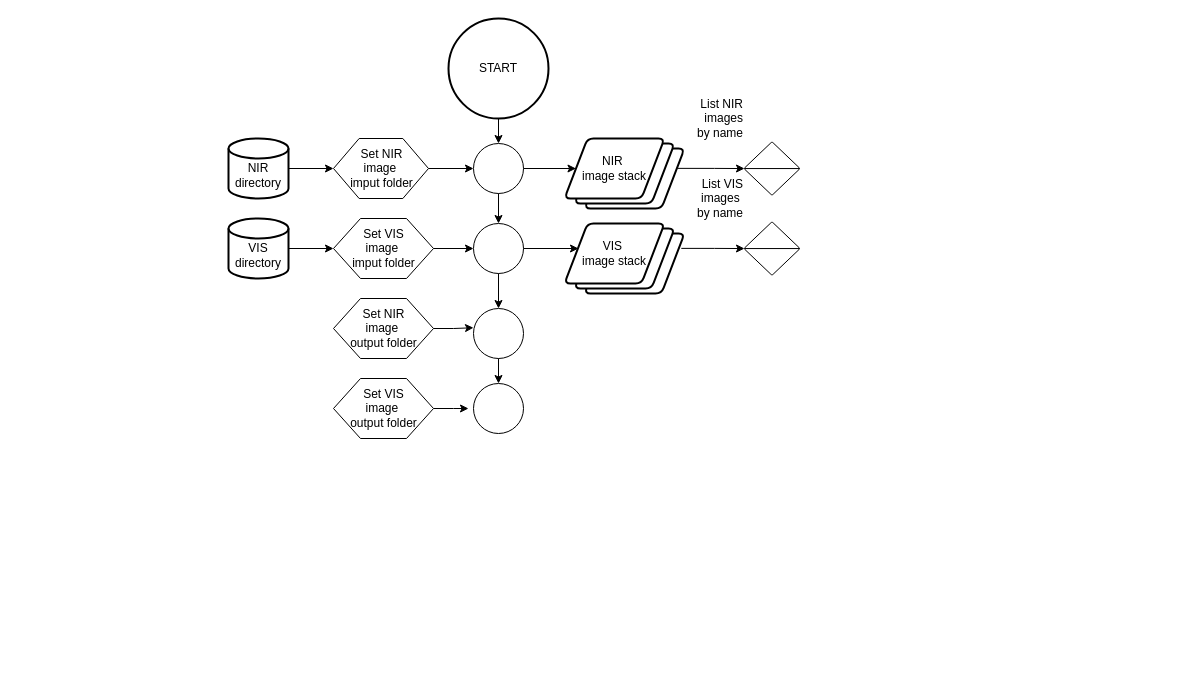
Above: vignettes/vignette_ImageJ_preprocessing/Alignment_Process_macro_diagram.drawio in MMolBus/PhotomossR (draw.io), before the change. Source tidied: cells renumbered, new cells numbered last; positions are measured from the earlier drawing's top-left corner, leaving out a move shared by most shapes. Both pictures are drawn from the tidied source at 100%, with x=0, y=0 at pixel (228, 18).
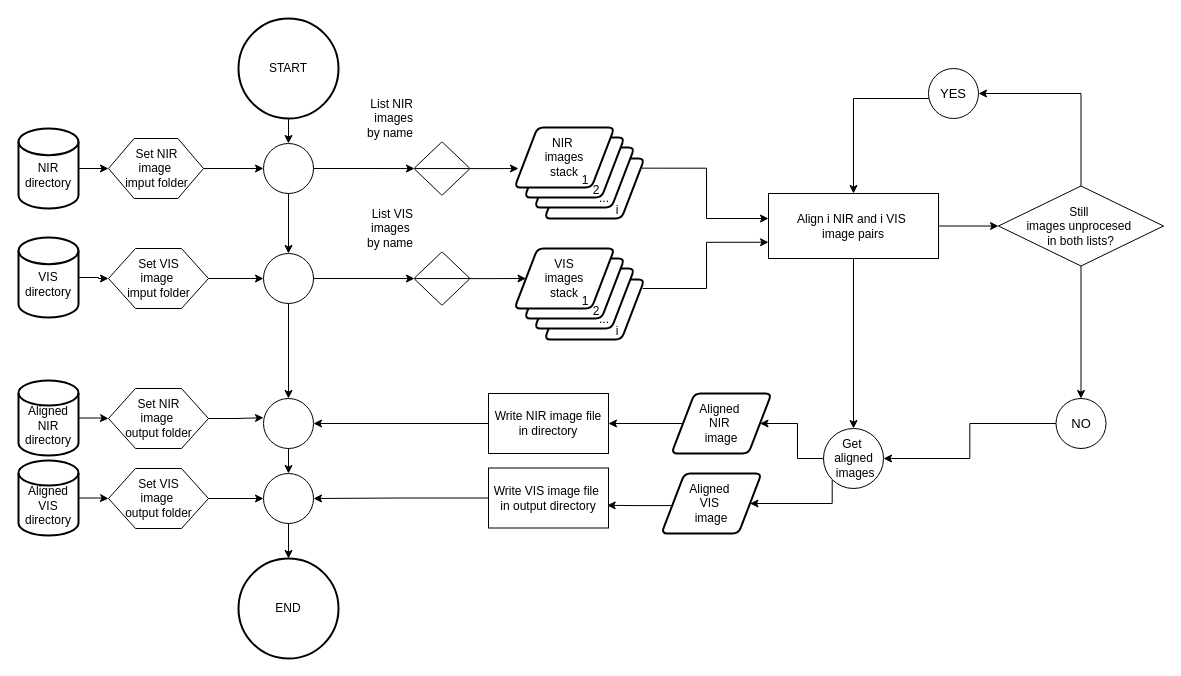
The same diagram, later.

Diff of the diagram source:
```diff
@@
     <mxCell id="3" value="&lt;div&gt;&lt;br&gt;&lt;/div&gt;&lt;div&gt;NIR&lt;/div&gt;&lt;div&gt;directory&lt;/div&gt;" style="strokeWidth=2;html=1;shape=mxgraph.flowchart.database;whiteSpace=wrap;" parent="1" vertex="1">
-      <mxGeometry y="120" width="60" height="60" as="geometry" />
+      <mxGeometry x="-210" y="110" width="60" height="80" as="geometry" />
     </mxCell>
@@
     <mxCell id="5" value="&lt;div&gt;&lt;br&gt;&lt;/div&gt;VIS&lt;div&gt;directory&lt;/div&gt;" style="strokeWidth=2;html=1;shape=mxgraph.flowchart.database;whiteSpace=wrap;" parent="1" vertex="1">
-      <mxGeometry y="200" width="60" height="60" as="geometry" />
+      <mxGeometry x="-210" y="219" width="60" height="80" as="geometry" />
     </mxCell>
     <mxCell id="6" value="Set NIR&lt;div&gt;image&amp;nbsp;&lt;/div&gt;&lt;div&gt;imput folder&lt;/div&gt;" style="verticalLabelPosition=middle;verticalAlign=middle;html=1;shape=hexagon;perimeter=hexagonPerimeter2;arcSize=6;size=0.27;labelPosition=center;align=center;" parent="1" vertex="1">
-      <mxGeometry x="105" y="120" width="95" height="60" as="geometry" />
+      <mxGeometry x="-120" y="120" width="95" height="60" as="geometry" />
     </mxCell>
     <mxCell id="7" value="START" style="strokeWidth=2;html=1;shape=mxgraph.flowchart.start_2;whiteSpace=wrap;" parent="1" vertex="1">
-      <mxGeometry x="220" width="100" height="100" as="geometry" />
+      <mxGeometry x="10" width="100" height="100" as="geometry" />
     </mxCell>
     <mxCell id="8" value="Set VIS&lt;div&gt;image&amp;nbsp;&lt;/div&gt;&lt;div&gt;imput folder&lt;/div&gt;" style="verticalLabelPosition=middle;verticalAlign=middle;html=1;shape=hexagon;perimeter=hexagonPerimeter2;arcSize=6;size=0.27;labelPosition=center;align=center;" parent="1" vertex="1">
-      <mxGeometry x="105" y="200" width="100" height="60" as="geometry" />
+      <mxGeometry x="-120" y="230" width="100" height="60" as="geometry" />
     </mxCell>
     <mxCell id="9" value="Set NIR&lt;div&gt;image&amp;nbsp;&lt;/div&gt;&lt;div&gt;output folder&lt;/div&gt;" style="verticalLabelPosition=middle;verticalAlign=middle;html=1;shape=hexagon;perimeter=hexagonPerimeter2;arcSize=6;size=0.27;labelPosition=center;align=center;" parent="1" vertex="1">
-      <mxGeometry x="105" y="280" width="100" height="60" as="geometry" />
+      <mxGeometry x="-120" y="370" width="100" height="60" as="geometry" />
     </mxCell>
-    <mxCell id="10" style="edgeStyle=orthogonalEdgeStyle;rounded=0;jettySize=auto;html=1;" parent="1" edge="1" source="11">
-      <mxGeometry relative="1" as="geometry">
-        <mxPoint x="240" y="390" as="targetPoint" />
-      </mxGeometry>
+    <mxCell id="10" style="edgeStyle=orthogonalEdgeStyle;rounded=0;jettySize=auto;html=1;entryX=0;entryY=0.5;entryDx=0;entryDy=0;entryPerimeter=0;" parent="1" edge="1" source="11" target="15">
+      <mxGeometry relative="1" as="geometry" />
     </mxCell>
     <mxCell id="11" value="Set VIS&lt;div&gt;image&amp;nbsp;&lt;/div&gt;&lt;div&gt;output folder&lt;/div&gt;" style="verticalLabelPosition=middle;verticalAlign=middle;html=1;shape=hexagon;perimeter=hexagonPerimeter2;arcSize=6;size=0.27;labelPosition=center;align=center;" parent="1" vertex="1">
-      <mxGeometry x="105" y="360" width="100" height="60" as="geometry" />
+      <mxGeometry x="-120" y="450" width="100" height="60" as="geometry" />
     </mxCell>
-    <mxCell id="12" style="verticalLabelPosition=bottom;verticalAlign=top;html=1;shape=mxgraph.flowchart.on-page_reference;" parent="1" vertex="1">
-      <mxGeometry x="245" y="125" width="50" height="50" as="geometry" />
+    <mxCell id="12" style="verticalLabelPosition=middle;verticalAlign=middle;html=1;shape=mxgraph.flowchart.on-page_reference;labelPosition=center;align=center;" parent="1" vertex="1">
+      <mxGeometry x="35" y="125" width="50" height="50" as="geometry" />
     </mxCell>
     <mxCell id="13" style="verticalLabelPosition=bottom;verticalAlign=top;html=1;shape=mxgraph.flowchart.on-page_reference;" parent="1" vertex="1">
-      <mxGeometry x="245" y="205" width="50" height="50" as="geometry" />
+      <mxGeometry x="35" y="235" width="50" height="50" as="geometry" />
     </mxCell>
     <mxCell id="14" style="verticalLabelPosition=bottom;verticalAlign=top;html=1;shape=mxgraph.flowchart.on-page_reference;" parent="1" vertex="1">
-      <mxGeometry x="245" y="290" width="50" height="50" as="geometry" />
+      <mxGeometry x="35" y="380" width="50" height="50" as="geometry" />
     </mxCell>
     <mxCell id="15" style="verticalLabelPosition=bottom;verticalAlign=top;html=1;shape=mxgraph.flowchart.on-page_reference;" parent="1" vertex="1">
-      <mxGeometry x="245" y="365" width="50" height="50" as="geometry" />
+      <mxGeometry x="35" y="455" width="50" height="50" as="geometry" />
     </mxCell>
@@
-    <mxCell id="23" style="group;" parent="1" vertex="1">
-      <mxGeometry x="336" y="120" width="120" height="70" as="geometry" />
-    </mxCell>
-    <mxCell id="24" style="shape=parallelogram;html=1;strokeWidth=2;perimeter=parallelogramPerimeter;whiteSpace=wrap;rounded=1;arcSize=12;size=0.23;" parent="23" vertex="1">
-      <mxGeometry x="20" y="10" width="100" height="60" as="geometry" />
-    </mxCell>
-    <mxCell id="25" style="shape=parallelogram;html=1;strokeWidth=2;perimeter=parallelogramPerimeter;whiteSpace=wrap;rounded=1;arcSize=12;size=0.23;" parent="23" vertex="1">
-      <mxGeometry x="10" y="5" width="100" height="60" as="geometry" />
-    </mxCell>
-    <mxCell id="26" value="NIR&amp;nbsp;&lt;div&gt;image stack&lt;/div&gt;" style="shape=parallelogram;html=1;strokeWidth=2;perimeter=parallelogramPerimeter;whiteSpace=wrap;rounded=1;arcSize=12;size=0.23;" parent="23" vertex="1">
-      <mxGeometry width="100" height="60" as="geometry" />
-    </mxCell>
-    <mxCell id="27" style="group;" parent="1" vertex="1">
-      <mxGeometry x="336" y="205" width="120" height="70" as="geometry" />
-    </mxCell>
-    <mxCell id="28" style="shape=parallelogram;html=1;strokeWidth=2;perimeter=parallelogramPerimeter;whiteSpace=wrap;rounded=1;arcSize=12;size=0.23;" parent="27" vertex="1">
-      <mxGeometry x="20" y="10" width="100" height="60" as="geometry" />
-    </mxCell>
-    <mxCell id="29" style="shape=parallelogram;html=1;strokeWidth=2;perimeter=parallelogramPerimeter;whiteSpace=wrap;rounded=1;arcSize=12;size=0.23;" parent="27" vertex="1">
-      <mxGeometry x="10" y="5" width="100" height="60" as="geometry" />
-    </mxCell>
-    <mxCell id="30" value="VIS&amp;nbsp;&lt;div&gt;image stack&lt;/div&gt;" style="shape=parallelogram;html=1;strokeWidth=2;perimeter=parallelogramPerimeter;whiteSpace=wrap;rounded=1;arcSize=12;size=0.23;" parent="27" vertex="1">
-      <mxGeometry width="100" height="60" as="geometry" />
-    </mxCell>
+    <mxCell id="37" style="edgeStyle=orthogonalEdgeStyle;rounded=0;jettySize=auto;html=1;" parent="1" edge="1" source="31">
+      <mxGeometry relative="1" as="geometry">
+        <mxPoint x="290" y="150" as="targetPoint" />
+      </mxGeometry>
+    </mxCell>
     <mxCell id="31" value="&lt;span style=&quot;background-color: rgb(255, 255, 255);&quot;&gt;List NIR&lt;/span&gt;&lt;div&gt;&lt;span style=&quot;background-color: transparent; color: light-dark(rgb(0, 0, 0), rgb(255, 255, 255));&quot;&gt;images&lt;/span&gt;&lt;/div&gt;&lt;div&gt;&lt;span style=&quot;background-color: transparent; color: light-dark(rgb(0, 0, 0), rgb(255, 255, 255));&quot;&gt;by name&lt;/span&gt;&lt;/div&gt;" style="verticalLabelPosition=top;verticalAlign=bottom;html=1;shape=mxgraph.flowchart.sort;labelPosition=left;align=right;horizontal=1;fontSize=12;" parent="1" vertex="1">
-      <mxGeometry x="516" y="123.8" width="55" height="52.5" as="geometry" />
+      <mxGeometry x="186" y="123.8" width="55" height="52.5" as="geometry" />
     </mxCell>
+    <mxCell id="38" style="edgeStyle=orthogonalEdgeStyle;rounded=0;jettySize=auto;html=1;entryX=0;entryY=0.5;entryDx=0;entryDy=0;" parent="1" edge="1" source="32" target="74">
+      <mxGeometry relative="1" as="geometry" />
+    </mxCell>
     <mxCell id="32" value="List VIS&lt;div&gt;images&amp;nbsp;&lt;/div&gt;&lt;div&gt;by name&lt;/div&gt;" style="verticalLabelPosition=top;verticalAlign=bottom;html=1;shape=mxgraph.flowchart.sort;labelPosition=left;align=right;horizontal=1;fontSize=12;" parent="1" vertex="1">
-      <mxGeometry x="516" y="203.8" width="55" height="52.5" as="geometry" />
+      <mxGeometry x="186" y="233.8" width="55" height="52.5" as="geometry" />
     </mxCell>
-    <mxCell id="33" style="edgeStyle=orthogonalEdgeStyle;rounded=0;jettySize=auto;html=1;entryX=0;entryY=0.5;entryDx=0;entryDy=0;" parent="1" edge="1" source="12" target="26">
+    <mxCell id="33" style="edgeStyle=orthogonalEdgeStyle;rounded=0;jettySize=auto;html=1;entryX=0;entryY=0.5;entryDx=0;entryDy=0;entryPerimeter=0;" parent="1" edge="1" source="12" target="31">
       <mxGeometry relative="1" as="geometry" />
     </mxCell>
-    <mxCell id="34" style="edgeStyle=orthogonalEdgeStyle;rounded=0;jettySize=auto;html=1;" parent="1" edge="1" source="13">
-      <mxGeometry relative="1" as="geometry">
-        <mxPoint x="350" y="230" as="targetPoint" />
-      </mxGeometry>
+    <mxCell id="34" style="edgeStyle=orthogonalEdgeStyle;rounded=0;jettySize=auto;html=1;entryX=0;entryY=0.5;entryDx=0;entryDy=0;entryPerimeter=0;" parent="1" edge="1" source="13" target="32">
+      <mxGeometry relative="1" as="geometry" />
     </mxCell>
-    <mxCell id="35" style="edgeStyle=orthogonalEdgeStyle;rounded=0;jettySize=auto;html=1;entryX=0;entryY=0.5;entryDx=0;entryDy=0;entryPerimeter=0;exitX=0.931;exitY=0.331;exitDx=0;exitDy=0;exitPerimeter=0;" parent="1" edge="1" source="24" target="31">
-      <mxGeometry relative="1" as="geometry" />
-    </mxCell>
-    <mxCell id="36" style="edgeStyle=orthogonalEdgeStyle;rounded=0;jettySize=auto;html=1;exitX=0.968;exitY=0.248;exitDx=0;exitDy=0;entryX=0;entryY=0.5;entryDx=0;entryDy=0;entryPerimeter=0;exitPerimeter=0;" parent="1" edge="1" source="28" target="32">
-      <mxGeometry relative="1" as="geometry" />
-    </mxCell>
+    <mxCell id="39" style="edgeStyle=orthogonalEdgeStyle;rounded=0;jettySize=auto;html=1;exitX=1;exitY=0.5;exitDx=0;exitDy=0;entryX=0;entryY=0.5;entryDx=0;entryDy=0;" parent="1" edge="1" source="40" target="43">
+      <mxGeometry relative="1" as="geometry" />
+    </mxCell>
+    <mxCell id="40" value="Align i NIR and i VIS&amp;nbsp;&lt;div&gt;image pairs&lt;/div&gt;" style="rounded=0;whiteSpace=wrap;html=1;" parent="1" vertex="1">
+      <mxGeometry x="540" y="175" width="170" height="65" as="geometry" />
+    </mxCell>
+    <mxCell id="41" style="edgeStyle=orthogonalEdgeStyle;rounded=0;jettySize=auto;html=1;entryX=1;entryY=0.5;entryDx=0;entryDy=0;exitX=0.5;exitY=0;exitDx=0;exitDy=0;" parent="1" edge="1" source="43" target="45">
+      <mxGeometry relative="1" as="geometry" />
+    </mxCell>
+    <mxCell id="42" style="edgeStyle=orthogonalEdgeStyle;rounded=0;jettySize=auto;html=1;entryX=0.5;entryY=0;entryDx=0;entryDy=0;" parent="1" edge="1" source="43" target="46">
+      <mxGeometry relative="1" as="geometry" />
+    </mxCell>
+    <mxCell id="43" value="Still&amp;nbsp;&lt;div&gt;images unprocesed&amp;nbsp;&lt;div&gt;in both lists?&lt;/div&gt;&lt;/div&gt;" style="rhombus;whiteSpace=wrap;html=1;" parent="1" vertex="1">
+      <mxGeometry x="770" y="167.5" width="165" height="80" as="geometry" />
+    </mxCell>
+    <mxCell id="44" style="edgeStyle=orthogonalEdgeStyle;rounded=0;jettySize=auto;html=1;entryX=0.5;entryY=0;entryDx=0;entryDy=0;" parent="1" edge="1" source="45" target="40">
+      <mxGeometry relative="1" as="geometry">
+        <Array as="points">
+          <mxPoint x="625" y="80" />
+        </Array>
+      </mxGeometry>
+    </mxCell>
+    <mxCell id="45" value="&lt;span style=&quot;font-size: 13px; text-wrap-mode: nowrap; background-color: rgb(255, 255, 255);&quot;&gt;YES&lt;/span&gt;" style="ellipse;whiteSpace=wrap;html=1;" parent="1" vertex="1">
+      <mxGeometry x="700" y="50" width="50" height="50" as="geometry" />
+    </mxCell>
+    <mxCell id="46" value="&lt;span style=&quot;font-size: 13px; text-wrap-mode: nowrap; background-color: rgb(255, 255, 255);&quot;&gt;NO&lt;/span&gt;" style="ellipse;whiteSpace=wrap;html=1;" parent="1" vertex="1">
+      <mxGeometry x="827.5" y="380" width="50" height="50" as="geometry" />
+    </mxCell>
+    <mxCell id="47" style="edgeStyle=orthogonalEdgeStyle;rounded=0;jettySize=auto;html=1;entryX=1;entryY=0.5;entryDx=0;entryDy=0;" parent="1" edge="1" source="48" target="82">
+      <mxGeometry relative="1" as="geometry" />
+    </mxCell>
+    <mxCell id="48" value="Aligned&amp;nbsp;&lt;div&gt;NIR&amp;nbsp;&lt;div&gt;image&lt;/div&gt;&lt;/div&gt;" style="shape=parallelogram;html=1;strokeWidth=2;perimeter=parallelogramPerimeter;whiteSpace=wrap;rounded=1;arcSize=12;size=0.23;" parent="1" vertex="1">
+      <mxGeometry x="443" y="375" width="100" height="60" as="geometry" />
+    </mxCell>
+    <mxCell id="49" value="Aligned&amp;nbsp;&lt;div&gt;VIS&amp;nbsp;&lt;div&gt;image&lt;/div&gt;&lt;/div&gt;" style="shape=parallelogram;html=1;strokeWidth=2;perimeter=parallelogramPerimeter;whiteSpace=wrap;rounded=1;arcSize=12;size=0.23;" parent="1" vertex="1">
+      <mxGeometry x="433" y="455" width="100" height="60" as="geometry" />
+    </mxCell>
+    <mxCell id="50" style="edgeStyle=orthogonalEdgeStyle;rounded=0;jettySize=auto;html=1;entryX=0;entryY=0.5;entryDx=0;entryDy=0;" parent="1" edge="1" source="51" target="9">
+      <mxGeometry relative="1" as="geometry" />
+    </mxCell>
+    <mxCell id="51" value="&lt;div&gt;&lt;br&gt;&lt;/div&gt;&lt;div&gt;Aligned&lt;/div&gt;&lt;div&gt;NIR&lt;/div&gt;&lt;div&gt;directory&lt;/div&gt;" style="strokeWidth=2;html=1;shape=mxgraph.flowchart.database;whiteSpace=wrap;" parent="1" vertex="1">
+      <mxGeometry x="-210" y="362" width="60" height="75" as="geometry" />
+    </mxCell>
+    <mxCell id="52" style="edgeStyle=orthogonalEdgeStyle;rounded=0;jettySize=auto;html=1;" parent="1" edge="1" source="53" target="11">
+      <mxGeometry relative="1" as="geometry" />
+    </mxCell>
+    <mxCell id="53" value="&lt;div&gt;&lt;br&gt;&lt;/div&gt;Aligned&lt;div&gt;VIS&lt;div&gt;directory&lt;/div&gt;&lt;/div&gt;" style="strokeWidth=2;html=1;shape=mxgraph.flowchart.database;whiteSpace=wrap;" parent="1" vertex="1">
+      <mxGeometry x="-210" y="442" width="60" height="75" as="geometry" />
+    </mxCell>
+    <mxCell id="54" style="edgeStyle=orthogonalEdgeStyle;rounded=0;jettySize=auto;html=1;exitX=0.5;exitY=1;exitDx=0;exitDy=0;" parent="1" edge="1" source="40" target="57">
+      <mxGeometry relative="1" as="geometry" />
+    </mxCell>
+    <mxCell id="55" style="edgeStyle=orthogonalEdgeStyle;rounded=0;jettySize=auto;html=1;entryX=1;entryY=0.5;entryDx=0;entryDy=0;" parent="1" edge="1" source="57" target="48">
+      <mxGeometry relative="1" as="geometry" />
+    </mxCell>
+    <mxCell id="56" style="edgeStyle=orthogonalEdgeStyle;rounded=0;jettySize=auto;html=1;exitX=0.145;exitY=0.855;exitDx=0;exitDy=0;exitPerimeter=0;entryX=1;entryY=0.5;entryDx=0;entryDy=0;" parent="1" edge="1" source="57" target="49">
+      <mxGeometry relative="1" as="geometry">
+        <Array as="points">
+          <mxPoint x="604" y="485" />
+        </Array>
+      </mxGeometry>
+    </mxCell>
+    <mxCell id="57" value="Get&amp;nbsp;&lt;div&gt;aligned&lt;/div&gt;&lt;div&gt;&amp;nbsp;images&lt;/div&gt;" style="verticalLabelPosition=middle;verticalAlign=middle;html=1;shape=mxgraph.flowchart.on-page_reference;labelPosition=center;align=center;" parent="1" vertex="1">
+      <mxGeometry x="595" y="410" width="60" height="60" as="geometry" />
+    </mxCell>
+    <mxCell id="58" style="group;" parent="1" vertex="1">
+      <mxGeometry x="286" y="109" width="130" height="146" as="geometry" />
+    </mxCell>
+    <mxCell id="59" style="group;" parent="58" vertex="1">
+      <mxGeometry width="130" height="100" as="geometry" />
+    </mxCell>
+    <mxCell id="60" style="group;" parent="59" vertex="1">
+      <mxGeometry width="130" height="100" as="geometry" />
+    </mxCell>
+    <mxCell id="61" style="shape=parallelogram;html=1;strokeWidth=2;perimeter=parallelogramPerimeter;whiteSpace=wrap;rounded=1;arcSize=12;size=0.23;" parent="60" vertex="1">
+      <mxGeometry x="30" y="31" width="100" height="60" as="geometry" />
+    </mxCell>
+    <mxCell id="62" style="shape=parallelogram;html=1;strokeWidth=2;perimeter=parallelogramPerimeter;whiteSpace=wrap;rounded=1;arcSize=12;size=0.23;" parent="60" vertex="1">
+      <mxGeometry x="20" y="20" width="100" height="60" as="geometry" />
+    </mxCell>
+    <mxCell id="63" style="shape=parallelogram;html=1;strokeWidth=2;perimeter=parallelogramPerimeter;whiteSpace=wrap;rounded=1;arcSize=12;size=0.23;" parent="60" vertex="1">
+      <mxGeometry x="10" y="10" width="100" height="60" as="geometry" />
+    </mxCell>
+    <mxCell id="64" value="&lt;span style=&quot;background-color: transparent; color: light-dark(rgb(0, 0, 0), rgb(255, 255, 255));&quot;&gt;NIR&amp;nbsp;&lt;/span&gt;&lt;div&gt;&lt;div&gt;images&lt;/div&gt;&lt;/div&gt;&lt;div&gt;stack&lt;/div&gt;" style="shape=parallelogram;html=1;strokeWidth=2;perimeter=parallelogramPerimeter;whiteSpace=wrap;rounded=1;arcSize=12;size=0.23;" parent="60" vertex="1">
+      <mxGeometry width="100" height="60" as="geometry" />
+    </mxCell>
+    <mxCell id="65" value="2" style="text;html=1;whiteSpace=wrap;strokeColor=none;fillColor=none;align=center;verticalAlign=middle;rounded=0;" parent="60" vertex="1">
+      <mxGeometry x="52" y="48" width="60" height="30" as="geometry" />
+    </mxCell>
+    <mxCell id="66" value="i" style="text;html=1;whiteSpace=wrap;strokeColor=none;fillColor=none;align=center;verticalAlign=middle;rounded=0;" parent="60" vertex="1">
+      <mxGeometry x="73" y="68" width="60" height="30" as="geometry" />
+    </mxCell>
+    <mxCell id="67" value="..." style="text;html=1;whiteSpace=wrap;strokeColor=none;fillColor=none;align=center;verticalAlign=middle;rounded=0;" parent="59" vertex="1">
+      <mxGeometry x="60" y="56" width="60" height="30" as="geometry" />
+    </mxCell>
+    <mxCell id="68" value="1" style="text;html=1;whiteSpace=wrap;strokeColor=none;fillColor=none;align=center;verticalAlign=middle;rounded=0;" parent="59" vertex="1">
+      <mxGeometry x="41" y="38" width="60" height="30" as="geometry" />
+    </mxCell>
+    <mxCell id="69" style="group;" parent="1" vertex="1">
+      <mxGeometry x="286" y="230" width="130" height="100" as="geometry" />
+    </mxCell>
+    <mxCell id="70" style="group;" parent="69" vertex="1">
+      <mxGeometry width="130" height="100" as="geometry" />
+    </mxCell>
+    <mxCell id="71" style="shape=parallelogram;html=1;strokeWidth=2;perimeter=parallelogramPerimeter;whiteSpace=wrap;rounded=1;arcSize=12;size=0.23;" parent="70" vertex="1">
+      <mxGeometry x="30" y="31" width="100" height="60" as="geometry" />
+    </mxCell>
+    <mxCell id="72" style="shape=parallelogram;html=1;strokeWidth=2;perimeter=parallelogramPerimeter;whiteSpace=wrap;rounded=1;arcSize=12;size=0.23;" parent="70" vertex="1">
+      <mxGeometry x="20" y="20" width="100" height="60" as="geometry" />
+    </mxCell>
+    <mxCell id="73" style="shape=parallelogram;html=1;strokeWidth=2;perimeter=parallelogramPerimeter;whiteSpace=wrap;rounded=1;arcSize=12;size=0.23;" parent="70" vertex="1">
+      <mxGeometry x="10" y="10" width="100" height="60" as="geometry" />
+    </mxCell>
+    <mxCell id="74" value="&lt;span style=&quot;background-color: transparent; color: light-dark(rgb(0, 0, 0), rgb(255, 255, 255));&quot;&gt;VIS&lt;/span&gt;&lt;div&gt;&lt;div&gt;images&lt;/div&gt;&lt;/div&gt;&lt;div&gt;stack&lt;/div&gt;" style="shape=parallelogram;html=1;strokeWidth=2;perimeter=parallelogramPerimeter;whiteSpace=wrap;rounded=1;arcSize=12;size=0.23;" parent="70" vertex="1">
+      <mxGeometry width="100" height="60" as="geometry" />
+    </mxCell>
+    <mxCell id="75" value="2" style="text;html=1;whiteSpace=wrap;strokeColor=none;fillColor=none;align=center;verticalAlign=middle;rounded=0;" parent="70" vertex="1">
+      <mxGeometry x="52" y="48" width="60" height="30" as="geometry" />
+    </mxCell>
+    <mxCell id="76" value="i" style="text;html=1;whiteSpace=wrap;strokeColor=none;fillColor=none;align=center;verticalAlign=middle;rounded=0;" parent="70" vertex="1">
+      <mxGeometry x="73" y="68" width="60" height="30" as="geometry" />
+    </mxCell>
+    <mxCell id="77" value="..." style="text;html=1;whiteSpace=wrap;strokeColor=none;fillColor=none;align=center;verticalAlign=middle;rounded=0;" parent="69" vertex="1">
+      <mxGeometry x="60" y="56" width="60" height="30" as="geometry" />
+    </mxCell>
+    <mxCell id="78" value="1" style="text;html=1;whiteSpace=wrap;strokeColor=none;fillColor=none;align=center;verticalAlign=middle;rounded=0;" parent="69" vertex="1">
+      <mxGeometry x="41" y="38" width="60" height="30" as="geometry" />
+    </mxCell>
+    <mxCell id="79" style="edgeStyle=orthogonalEdgeStyle;rounded=0;jettySize=auto;html=1;entryX=0;entryY=0.385;entryDx=0;entryDy=0;exitX=0.972;exitY=0.161;exitDx=0;exitDy=0;exitPerimeter=0;entryPerimeter=0;" parent="1" edge="1" source="61" target="40">
+      <mxGeometry relative="1" as="geometry" />
+    </mxCell>
+    <mxCell id="80" style="edgeStyle=orthogonalEdgeStyle;rounded=0;jettySize=auto;html=1;entryX=0;entryY=0.75;entryDx=0;entryDy=0;exitX=0.983;exitY=0.15;exitDx=0;exitDy=0;exitPerimeter=0;" parent="1" edge="1" source="71" target="40">
+      <mxGeometry relative="1" as="geometry" />
+    </mxCell>
+    <mxCell id="81" style="edgeStyle=orthogonalEdgeStyle;rounded=0;jettySize=auto;html=1;entryX=1;entryY=0.5;entryDx=0;entryDy=0;entryPerimeter=0;" parent="1" edge="1" source="46" target="57">
+      <mxGeometry relative="1" as="geometry" />
+    </mxCell>
+    <mxCell id="82" value="Write NIR image file in directory" style="whiteSpace=wrap;html=1;" parent="1" vertex="1">
+      <mxGeometry x="260" y="375" width="120" height="60" as="geometry" />
+    </mxCell>
+    <mxCell id="83" value="Write VIS image file&amp;nbsp;&lt;div&gt;in output directory&lt;/div&gt;" style="whiteSpace=wrap;html=1;" parent="1" vertex="1">
+      <mxGeometry x="260" y="449.5" width="120" height="60" as="geometry" />
+    </mxCell>
+    <mxCell id="84" style="edgeStyle=orthogonalEdgeStyle;rounded=0;jettySize=auto;html=1;entryX=0.989;entryY=0.622;entryDx=0;entryDy=0;entryPerimeter=0;exitX=0.111;exitY=0.535;exitDx=0;exitDy=0;exitPerimeter=0;" parent="1" edge="1" source="49" target="83">
+      <mxGeometry relative="1" as="geometry" />
+    </mxCell>
+    <mxCell id="85" style="edgeStyle=orthogonalEdgeStyle;rounded=0;jettySize=auto;html=1;entryX=1;entryY=0.5;entryDx=0;entryDy=0;entryPerimeter=0;" parent="1" edge="1" source="82" target="14">
+      <mxGeometry relative="1" as="geometry" />
+    </mxCell>
+    <mxCell id="86" style="edgeStyle=orthogonalEdgeStyle;rounded=0;jettySize=auto;html=1;entryX=1;entryY=0.5;entryDx=0;entryDy=0;entryPerimeter=0;" parent="1" edge="1" source="83" target="15">
+      <mxGeometry relative="1" as="geometry" />
+    </mxCell>
+    <mxCell id="87" value="END" style="strokeWidth=2;html=1;shape=mxgraph.flowchart.start_2;whiteSpace=wrap;" parent="1" vertex="1">
+      <mxGeometry x="10" y="540" width="100" height="100" as="geometry" />
+    </mxCell>
+    <mxCell id="88" style="edgeStyle=orthogonalEdgeStyle;rounded=0;jettySize=auto;html=1;entryX=0.5;entryY=0;entryDx=0;entryDy=0;entryPerimeter=0;" parent="1" edge="1" source="15" target="87">
+      <mxGeometry relative="1" as="geometry" />
+    </mxCell>
```
